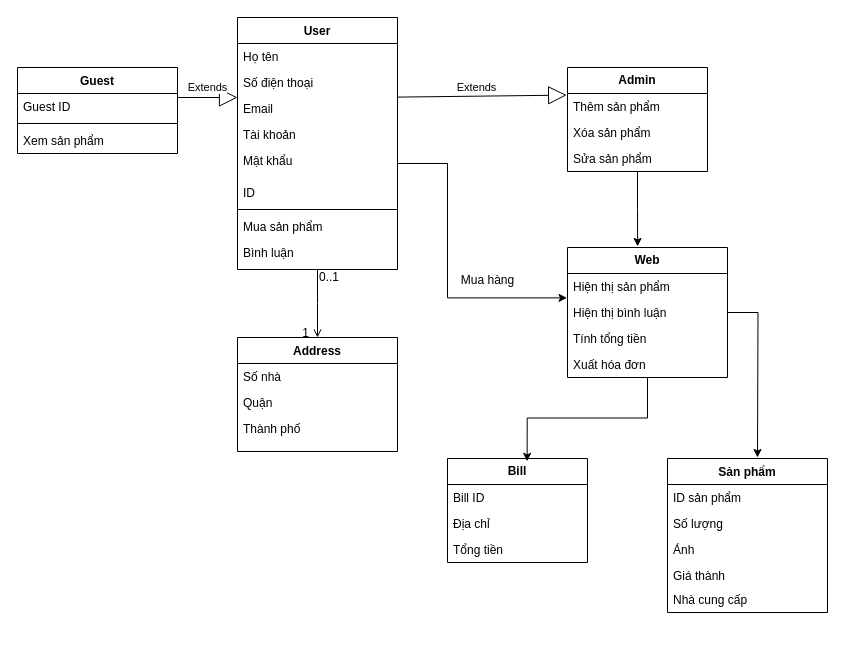
Earlier version of the draw.io diagram Biểu đồ không có tiêu đề.drawio (LeeTaDa/LeTatDat). Source tidied: cells renumbered, new cells numbered last; positions are measured from the earlier drawing's top-left corner, leaving out a move shared by most shapes. Both pictures are drawn from the tidied source at 100%, with x=0, y=0 at pixel (17, 17).
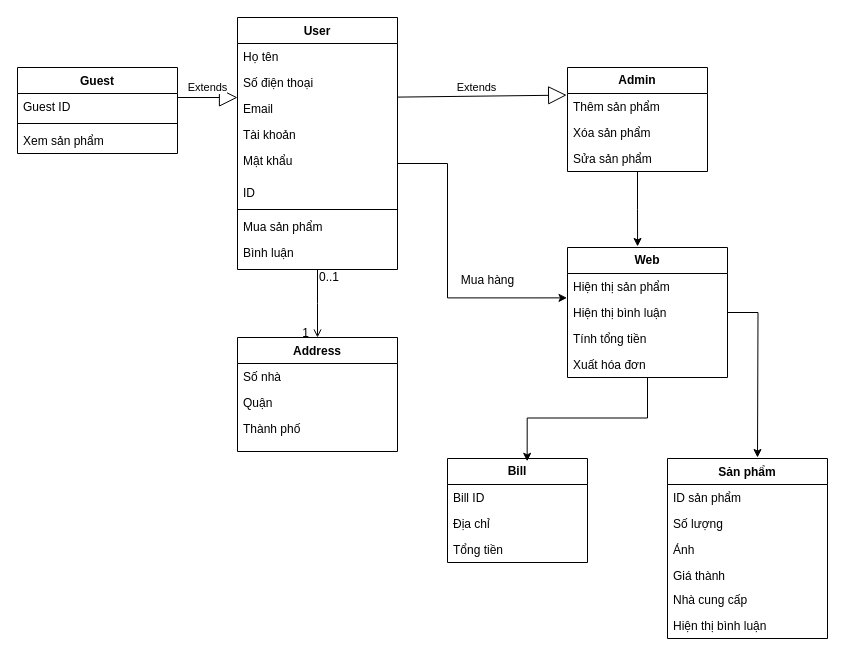
After the change.

The edit, as a diff of the source:
```diff
@@
     <mxCell id="43" value="Sản phẩm" style="swimlane;fontStyle=1;align=center;verticalAlign=top;horizontal=1;startSize=26;whiteSpace=wrap;html=1;" parent="1" vertex="1">
-      <mxGeometry x="650" y="441" width="160" height="154" as="geometry" />
+      <mxGeometry x="650" y="441" width="160" height="180" as="geometry" />
     </mxCell>
@@
+    <mxCell id="49" value="Hiện thị bình luận" style="text;strokeColor=none;fillColor=none;align=left;verticalAlign=top;spacingLeft=4;spacingRight=4;overflow=hidden;whiteSpace=wrap;html=1;" parent="43" vertex="1">
+      <mxGeometry y="154" width="160" height="26" as="geometry" />
+    </mxCell>
```
